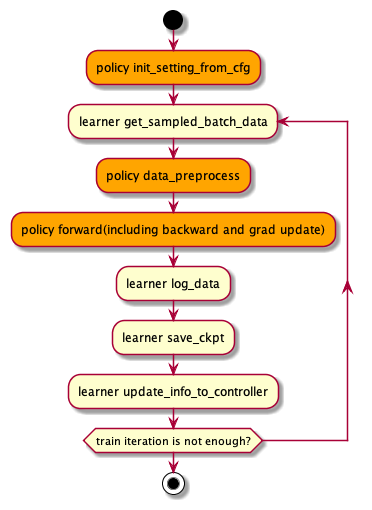
Earlier version of the PlantUML export nervex/design/serial_learner.png (opendilab/DI-engine).
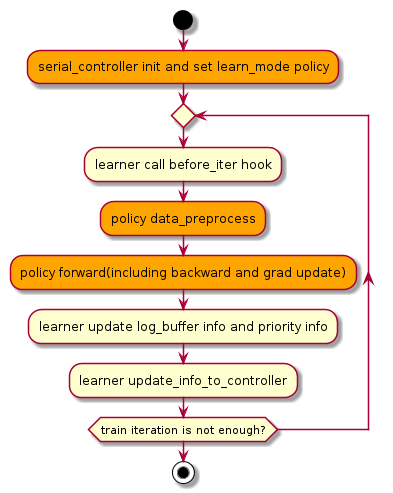
The same file after the commit.

Commit message:
modify policy callback to reset

The edit, as a diff of the source:
```diff
@@ -1,13 +1,12 @@
 @startuml
 start
-#orange:policy init_setting_from_cfg;
-repeat :learner get_sampled_batch_data
+#orange:serial_controller init and set learn_mode policy;
+repeat
+  :learner call before_iter hook;
   #orange:policy data_preprocess;
   #orange:policy forward(including backward and grad update);
-  :learner log_data;
-  :learner save_ckpt;
+  :learner update log_buffer info and priority info;
   :learner update_info_to_controller;
-
 repeat while (train iteration is not enough?)
 stop
 @enduml
```
